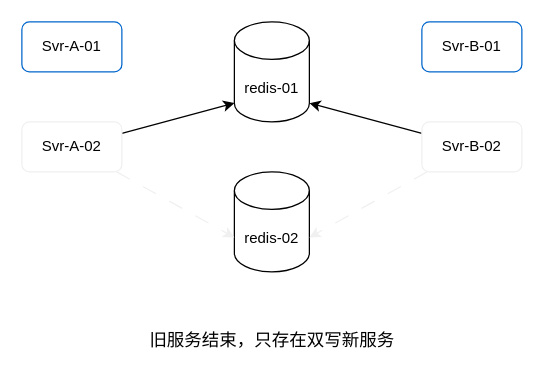
luotian-ola/data-migrate keeps this draw.io diagram as redis/step-02.drawio. Above is the earlier version. Source tidied: cells renumbered, new cells numbered last; positions are measured from the earlier drawing's top-left corner, leaving out a move shared by most shapes. Both pictures are drawn from the tidied source at 125%, with x=0, y=0 at pixel (21, 21).
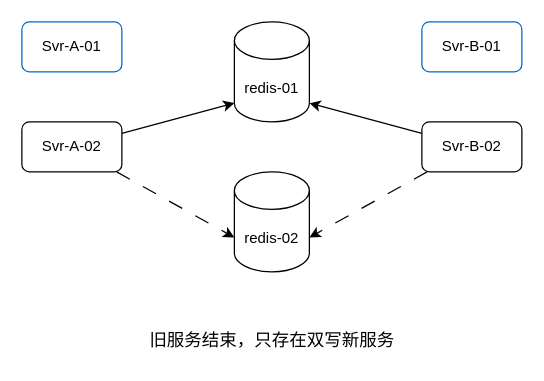
After the change.

What changed in the source:
```diff
@@
 <mxGraphModel>
   <root>
     <mxCell id="0" />
     <mxCell id="1" parent="0" />
     <mxCell id="2" value="redis-01" style="shape=cylinder3;whiteSpace=wrap;html=1;boundedLbl=1;backgroundOutline=1;size=15;" parent="1" vertex="1">
       <mxGeometry x="170" width="60" height="80" as="geometry" />
     </mxCell>
     <mxCell id="3" value="旧服务结束，只存在双写新服务" style="text;html=1;align=center;verticalAlign=middle;strokeColor=none;fillColor=none;fontSize=14;" parent="1" vertex="1">
       <mxGeometry x="90" y="240" width="220" height="30" as="geometry" />
     </mxCell>
     <mxCell id="4" value="redis-02" style="shape=cylinder3;whiteSpace=wrap;html=1;boundedLbl=1;backgroundOutline=1;size=15;" parent="1" vertex="1">
       <mxGeometry x="170" y="120" width="60" height="80" as="geometry" />
     </mxCell>
     <mxCell id="5" style="edgeStyle=none;html=1;entryX=0;entryY=1;entryDx=0;entryDy=-15;entryPerimeter=0;" parent="1" edge="1" source="7" target="2">
       <mxGeometry relative="1" as="geometry" />
     </mxCell>
-    <mxCell id="6" style="edgeStyle=none;html=1;entryX=0;entryY=0;entryDx=0;entryDy=52.5;entryPerimeter=0;dashed=1;dashPattern=12 12;strokeColor=#F0F0F0;" parent="1" edge="1" source="7" target="4">
+    <mxCell id="6" style="edgeStyle=none;html=1;entryX=0;entryY=0;entryDx=0;entryDy=52.5;entryPerimeter=0;dashed=1;dashPattern=12 12;" parent="1" edge="1" source="7" target="4">
       <mxGeometry relative="1" as="geometry" />
     </mxCell>
-    <mxCell id="7" value="Svr-A-02" style="rounded=1;whiteSpace=wrap;html=1;strokeColor=#F0F0F0;" parent="1" vertex="1">
+    <mxCell id="7" value="Svr-A-02" style="rounded=1;whiteSpace=wrap;html=1;" parent="1" vertex="1">
       <mxGeometry y="80" width="80" height="40" as="geometry" />
     </mxCell>
     <mxCell id="8" style="edgeStyle=none;html=1;entryX=1;entryY=1;entryDx=0;entryDy=-15;entryPerimeter=0;" parent="1" edge="1" source="10" target="2">
       <mxGeometry relative="1" as="geometry" />
     </mxCell>
-    <mxCell id="9" style="edgeStyle=none;html=1;entryX=1;entryY=0;entryDx=0;entryDy=52.5;entryPerimeter=0;dashed=1;dashPattern=12 12;strokeColor=#F0F0F0;" parent="1" edge="1" source="10" target="4">
+    <mxCell id="9" style="edgeStyle=none;html=1;entryX=1;entryY=0;entryDx=0;entryDy=52.5;entryPerimeter=0;dashed=1;dashPattern=12 12;" parent="1" edge="1" source="10" target="4">
       <mxGeometry relative="1" as="geometry" />
     </mxCell>
-    <mxCell id="10" value="Svr-B-02" style="rounded=1;whiteSpace=wrap;html=1;strokeColor=#F0F0F0;" parent="1" vertex="1">
+    <mxCell id="10" value="Svr-B-02" style="rounded=1;whiteSpace=wrap;html=1;" parent="1" vertex="1">
       <mxGeometry x="320" y="80" width="80" height="40" as="geometry" />
     </mxCell>
     <mxCell id="11" value="Svr-A-01" style="rounded=1;whiteSpace=wrap;html=1;strokeColor=#0066CC;" parent="1" vertex="1">
       <mxGeometry width="80" height="40" as="geometry" />
     </mxCell>
     <mxCell id="12" value="Svr-B-01" style="rounded=1;whiteSpace=wrap;html=1;strokeColor=#0066CC;" parent="1" vertex="1">
       <mxGeometry x="320" width="80" height="40" as="geometry" />
     </mxCell>
   </root>
 </mxGraphModel>
```
